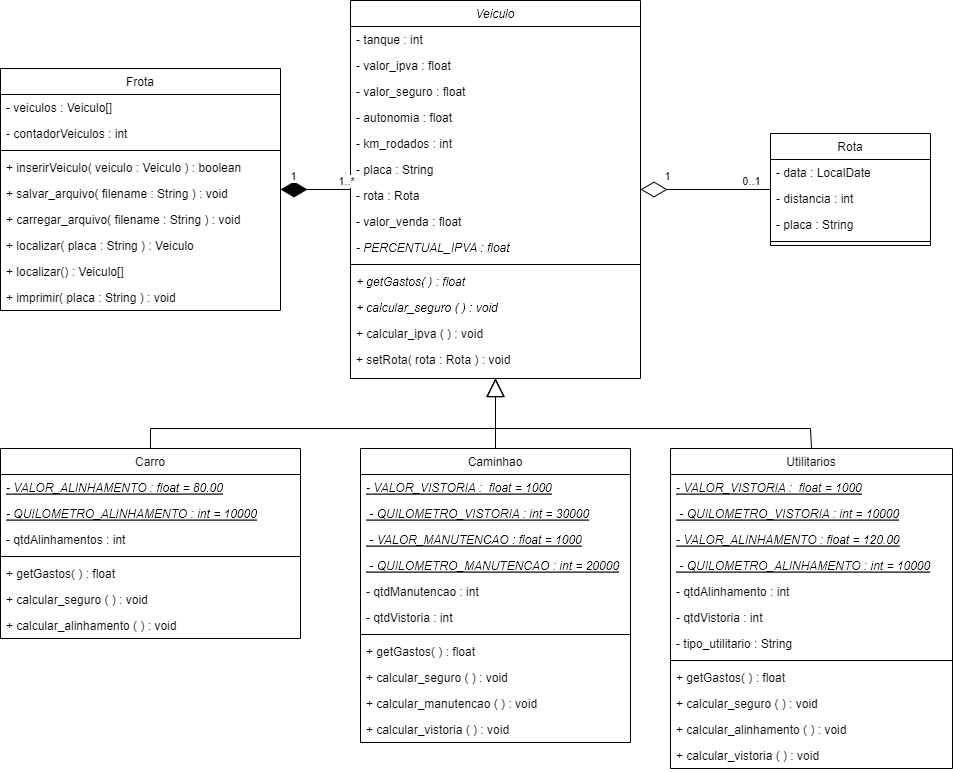
The draw.io diagram docs/diagramas/diagrama_lpm.png in DisciplinasProgramacao/projetos-3-4-5-team-alpha, before a commit. Source tidied: cells renumbered, new cells last; positions are measured from the earlier drawing's top-left corner, leaving out a move shared by most shapes.
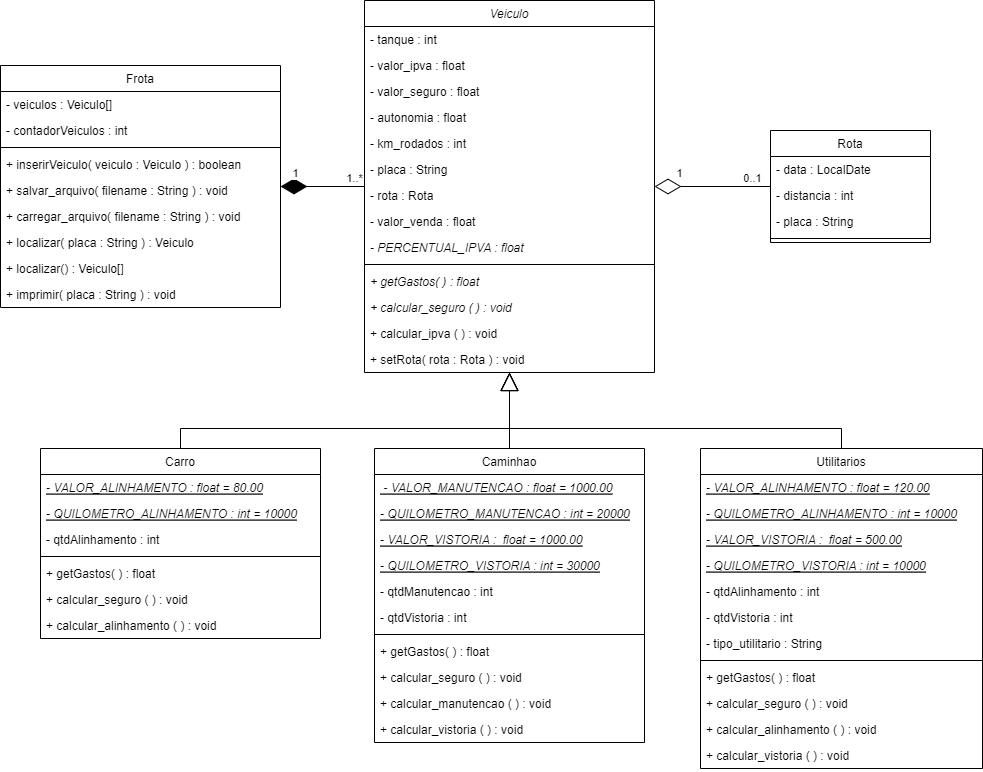
After the commit.

Commit message:
[Update] Atualização do diagrama uml

The edit, as a diff of the source:
```diff
@@ -3,7 +3,7 @@
     <mxCell id="0" />
     <mxCell id="1" parent="0" />
     <mxCell id="2" value="Veiculo" style="swimlane;fontStyle=2;align=center;verticalAlign=top;horizontal=1;startSize=26;rounded=0;shadow=0;strokeWidth=1;" parent="1" vertex="1">
-      <mxGeometry x="350" width="290" height="378" as="geometry" />
+      <mxGeometry x="324" width="290" height="372" as="geometry" />
     </mxCell>
     <mxCell id="3" value="- tanque : int" style="text;align=left;verticalAlign=top;spacingLeft=4;spacingRight=4;overflow=hidden;rounded=0;shadow=0;html=0;" parent="2" vertex="1">
       <mxGeometry y="26" width="290" height="26" as="geometry" />
@@ -41,57 +41,57 @@
     <mxCell id="14" value="+ calcular_seguro ( ) : void" style="text;align=left;verticalAlign=top;spacingLeft=4;spacingRight=4;overflow=hidden;fontStyle=2;" parent="2" vertex="1">
       <mxGeometry y="294" width="290" height="26" as="geometry" />
     </mxCell>
-    <mxCell id="15" value="+ calcular_ipva ( ) : void" style="text;align=left;verticalAlign=top;spacingLeft=4;spacingRight=4;overflow=hidden;fontStyle=0;" parent="2" vertex="1">
+    <mxCell id="15" value="+ calcular_ipva ( ) : void" style="text;align=left;verticalAlign=top;spacingLeft=4;spacingRight=4;overflow=hidden;" parent="2" vertex="1">
       <mxGeometry y="320" width="290" height="26" as="geometry" />
     </mxCell>
     <mxCell id="16" value="+ setRota( rota : Rota ) : void" style="text;align=left;verticalAlign=top;spacingLeft=4;spacingRight=4;overflow=hidden;" parent="2" vertex="1">
       <mxGeometry y="346" width="290" height="26" as="geometry" />
     </mxCell>
     <mxCell id="17" value="Carro" style="swimlane;fontStyle=0;align=center;verticalAlign=top;horizontal=1;startSize=26;rounded=0;shadow=0;strokeWidth=1;" parent="1" vertex="1">
-      <mxGeometry y="448" width="300" height="190" as="geometry" />
+      <mxGeometry y="448" width="280" height="190" as="geometry" />
     </mxCell>
     <mxCell id="18" value="- VALOR_ALINHAMENTO : float = 80.00" style="text;align=left;verticalAlign=top;spacingLeft=4;spacingRight=4;overflow=hidden;fontStyle=6;" parent="17" vertex="1">
-      <mxGeometry y="26" width="300" height="26" as="geometry" />
+      <mxGeometry y="26" width="280" height="26" as="geometry" />
     </mxCell>
-    <mxCell id="19" value="- QUILOMETRO_ALINHAMENTO : int = 10000" style="text;align=left;verticalAlign=top;spacingLeft=4;spacingRight=4;overflow=hidden;fontStyle=6;" parent="17" vertex="1">
-      <mxGeometry y="52" width="300" height="26" as="geometry" />
+    <mxCell id="19" value="- QUILOMETRO_ALINHAMENTO : int = 10000" style="text;align=left;verticalAlign=top;spacingLeft=4;spacingRight=4;overflow=hidden;fontStyle=6;" parent="17" vertex="1">
+      <mxGeometry y="52" width="280" height="26" as="geometry" />
     </mxCell>
-    <mxCell id="20" value="- qtdAlinhamentos : int " style="text;align=left;verticalAlign=top;spacingLeft=4;spacingRight=4;overflow=hidden;fontStyle=0;" parent="17" vertex="1">
-      <mxGeometry y="78" width="300" height="26" as="geometry" />
-    </mxCell>
+    <mxCell id="74" value="- qtdAlinhamento : int" style="text;align=left;verticalAlign=top;spacingLeft=4;spacingRight=4;overflow=hidden;fontStyle=0;" parent="17" vertex="1">
+      <mxGeometry y="78" width="280" height="26" as="geometry" />
+    </mxCell>
     <mxCell id="21" style="line;html=1;strokeWidth=1;align=left;verticalAlign=middle;spacingTop=-1;spacingLeft=3;spacingRight=3;labelPosition=right;" parent="17" vertex="1">
-      <mxGeometry y="104" width="300" height="8" as="geometry" />
+      <mxGeometry y="104" width="280" height="8" as="geometry" />
     </mxCell>
     <mxCell id="22" value="+ getGastos( ) : float" style="text;align=left;verticalAlign=top;spacingLeft=4;spacingRight=4;overflow=hidden;" parent="17" vertex="1">
-      <mxGeometry y="112" width="300" height="26" as="geometry" />
+      <mxGeometry y="112" width="280" height="26" as="geometry" />
     </mxCell>
     <mxCell id="23" value="+ calcular_seguro ( ) : void" style="text;align=left;verticalAlign=top;spacingLeft=4;spacingRight=4;overflow=hidden;" parent="17" vertex="1">
-      <mxGeometry y="138" width="300" height="26" as="geometry" />
+      <mxGeometry y="138" width="280" height="26" as="geometry" />
     </mxCell>
     <mxCell id="24" value="+ calcular_alinhamento ( ) : void" style="text;align=left;verticalAlign=top;spacingLeft=4;spacingRight=4;overflow=hidden;" parent="17" vertex="1">
-      <mxGeometry y="164" width="300" height="26" as="geometry" />
+      <mxGeometry y="164" width="280" height="26" as="geometry" />
     </mxCell>
     <mxCell id="25" value="Caminhao" style="swimlane;fontStyle=0;align=center;verticalAlign=top;horizontal=1;startSize=26;rounded=0;shadow=0;strokeWidth=1;" parent="1" vertex="1">
-      <mxGeometry x="360" y="448" width="270" height="294" as="geometry" />
+      <mxGeometry x="334" y="448" width="270" height="294" as="geometry" />
     </mxCell>
+    <mxCell id="27" value=" - VALOR_MANUTENCAO : float = 1000.00" style="text;align=left;verticalAlign=top;spacingLeft=4;spacingRight=4;overflow=hidden;fontStyle=6;" parent="25" vertex="1">
+      <mxGeometry y="26" width="270" height="26" as="geometry" />
+    </mxCell>
+    <mxCell id="29" value="- QUILOMETRO_MANUTENCAO : int = 20000" style="text;align=left;verticalAlign=top;spacingLeft=4;spacingRight=4;overflow=hidden;fontStyle=6;" parent="25" vertex="1">
+      <mxGeometry y="52" width="270" height="26" as="geometry" />
+    </mxCell>
-    <mxCell id="26" value="- VALOR_VISTORIA :  float = 1000" style="text;align=left;verticalAlign=top;spacingLeft=4;spacingRight=4;overflow=hidden;rounded=0;shadow=0;html=0;fontStyle=6;" parent="25" vertex="1">
-      <mxGeometry y="26" width="270" height="26" as="geometry" />
+    <mxCell id="26" value="- VALOR_VISTORIA :  float = 1000.00" style="text;align=left;verticalAlign=top;spacingLeft=4;spacingRight=4;overflow=hidden;rounded=0;shadow=0;html=0;fontStyle=6;" parent="25" vertex="1">
+      <mxGeometry y="78" width="270" height="26" as="geometry" />
     </mxCell>
-    <mxCell id="27" value=" - QUILOMETRO_VISTORIA : int = 30000" style="text;align=left;verticalAlign=top;spacingLeft=4;spacingRight=4;overflow=hidden;fontStyle=6;" parent="25" vertex="1">
-      <mxGeometry y="52" width="270" height="26" as="geometry" />
-    </mxCell>
-    <mxCell id="28" value=" - VALOR_MANUTENCAO : float = 1000" style="text;align=left;verticalAlign=top;spacingLeft=4;spacingRight=4;overflow=hidden;fontStyle=6;" parent="25" vertex="1">
-      <mxGeometry y="78" width="270" height="26" as="geometry" />
-    </mxCell>
-    <mxCell id="29" value=" - QUILOMETRO_MANUTENCAO : int = 20000" style="text;align=left;verticalAlign=top;spacingLeft=4;spacingRight=4;overflow=hidden;fontStyle=6;" parent="25" vertex="1">
-      <mxGeometry y="104" width="270" height="26" as="geometry" />
-    </mxCell>
+    <mxCell id="75" value="- QUILOMETRO_VISTORIA : int = 30000" style="text;align=left;verticalAlign=top;spacingLeft=4;spacingRight=4;overflow=hidden;fontStyle=6;" parent="25" vertex="1">
+      <mxGeometry y="104" width="270" height="26" as="geometry" />
+    </mxCell>
-    <mxCell id="30" value="- qtdManutencao : int " style="text;align=left;verticalAlign=top;spacingLeft=4;spacingRight=4;overflow=hidden;fontStyle=0;" parent="25" vertex="1">
+    <mxCell id="30" value="- qtdManutencao : int" style="text;align=left;verticalAlign=top;spacingLeft=4;spacingRight=4;overflow=hidden;fontStyle=0;" parent="25" vertex="1">
       <mxGeometry y="130" width="270" height="26" as="geometry" />
     </mxCell>
-    <mxCell id="31" value="- qtdVistoria : int " style="text;align=left;verticalAlign=top;spacingLeft=4;spacingRight=4;overflow=hidden;fontStyle=0;" parent="25" vertex="1">
-      <mxGeometry y="156" width="270" height="26" as="geometry" />
-    </mxCell>
+    <mxCell id="76" value="- qtdVistoria : int" style="text;align=left;verticalAlign=top;spacingLeft=4;spacingRight=4;overflow=hidden;fontStyle=0;" parent="25" vertex="1">
+      <mxGeometry y="156" width="270" height="26" as="geometry" />
+    </mxCell>
     <mxCell id="32" style="line;html=1;strokeWidth=1;align=left;verticalAlign=middle;spacingTop=-1;spacingLeft=3;spacingRight=3;labelPosition=right;" parent="25" vertex="1">
       <mxGeometry y="182" width="270" height="8" as="geometry" />
     </mxCell>
@@ -108,7 +108,7 @@
       <mxGeometry y="268" width="270" height="26" as="geometry" />
     </mxCell>
     <mxCell id="37" value="Rota" style="swimlane;fontStyle=0;align=center;verticalAlign=top;horizontal=1;startSize=26;rounded=0;shadow=0;strokeWidth=1;" parent="1" vertex="1">
-      <mxGeometry x="770" y="133" width="160" height="112" as="geometry" />
+      <mxGeometry x="730" y="130" width="160" height="112" as="geometry" />
     </mxCell>
     <mxCell id="38" value="- data : LocalDate" style="text;align=left;verticalAlign=top;spacingLeft=4;spacingRight=4;overflow=hidden;rounded=0;shadow=0;html=0;" parent="37" vertex="1">
       <mxGeometry y="26" width="160" height="26" as="geometry" />
@@ -123,26 +123,26 @@
       <mxGeometry y="104" width="160" height="8" as="geometry" />
     </mxCell>
     <mxCell id="42" value="Utilitarios" style="swimlane;fontStyle=0;align=center;verticalAlign=top;horizontal=1;startSize=26;rounded=0;shadow=0;strokeWidth=1;" parent="1" vertex="1">
-      <mxGeometry x="670" y="448" width="282" height="320" as="geometry" />
+      <mxGeometry x="660" y="448" width="282" height="320" as="geometry" />
     </mxCell>
+    <mxCell id="45" value="- VALOR_ALINHAMENTO : float = 120.00" style="text;align=left;verticalAlign=top;spacingLeft=4;spacingRight=4;overflow=hidden;fontStyle=6;" parent="42" vertex="1">
+      <mxGeometry y="26" width="282" height="26" as="geometry" />
+    </mxCell>
+    <mxCell id="46" value="- QUILOMETRO_ALINHAMENTO : int = 10000" style="text;align=left;verticalAlign=top;spacingLeft=4;spacingRight=4;overflow=hidden;fontStyle=6;" parent="42" vertex="1">
+      <mxGeometry y="52" width="282" height="26" as="geometry" />
+    </mxCell>
-    <mxCell id="43" value="- VALOR_VISTORIA :  float = 1000" style="text;align=left;verticalAlign=top;spacingLeft=4;spacingRight=4;overflow=hidden;rounded=0;shadow=0;html=0;fontStyle=6;" parent="42" vertex="1">
-      <mxGeometry y="26" width="282" height="26" as="geometry" />
+    <mxCell id="43" value="- VALOR_VISTORIA :  float = 500.00" style="text;align=left;verticalAlign=top;spacingLeft=4;spacingRight=4;overflow=hidden;rounded=0;shadow=0;html=0;fontStyle=6;" parent="42" vertex="1">
+      <mxGeometry y="78" width="282" height="26" as="geometry" />
     </mxCell>
-    <mxCell id="44" value=" - QUILOMETRO_VISTORIA : int = 10000" style="text;align=left;verticalAlign=top;spacingLeft=4;spacingRight=4;overflow=hidden;fontStyle=6;" parent="42" vertex="1">
-      <mxGeometry y="52" width="282" height="26" as="geometry" />
+    <mxCell id="44" value="- QUILOMETRO_VISTORIA : int = 10000" style="text;align=left;verticalAlign=top;spacingLeft=4;spacingRight=4;overflow=hidden;fontStyle=6;" parent="42" vertex="1">
+      <mxGeometry y="104" width="282" height="26" as="geometry" />
     </mxCell>
-    <mxCell id="45" value="- VALOR_ALINHAMENTO : float = 120.00" style="text;align=left;verticalAlign=top;spacingLeft=4;spacingRight=4;overflow=hidden;fontStyle=6;" parent="42" vertex="1">
-      <mxGeometry y="78" width="282" height="26" as="geometry" />
-    </mxCell>
-    <mxCell id="46" value=" - QUILOMETRO_ALINHAMENTO : int = 10000" style="text;align=left;verticalAlign=top;spacingLeft=4;spacingRight=4;overflow=hidden;fontStyle=6;" parent="42" vertex="1">
-      <mxGeometry y="104" width="282" height="26" as="geometry" />
-    </mxCell>
-    <mxCell id="47" value="- qtdAlinhamento : int " style="text;align=left;verticalAlign=top;spacingLeft=4;spacingRight=4;overflow=hidden;fontStyle=0;" parent="42" vertex="1">
-      <mxGeometry y="130" width="282" height="26" as="geometry" />
-    </mxCell>
-    <mxCell id="48" value="- qtdVistoria : int " style="text;align=left;verticalAlign=top;spacingLeft=4;spacingRight=4;overflow=hidden;fontStyle=0;" parent="42" vertex="1">
-      <mxGeometry y="156" width="282" height="26" as="geometry" />
-    </mxCell>
+    <mxCell id="77" value="- qtdAlinhamento : int" style="text;align=left;verticalAlign=top;spacingLeft=4;spacingRight=4;overflow=hidden;fontStyle=0;" parent="42" vertex="1">
+      <mxGeometry y="130" width="282" height="26" as="geometry" />
+    </mxCell>
+    <mxCell id="78" value="- qtdVistoria : int" style="text;align=left;verticalAlign=top;spacingLeft=4;spacingRight=4;overflow=hidden;fontStyle=0;" parent="42" vertex="1">
+      <mxGeometry y="156" width="282" height="26" as="geometry" />
+    </mxCell>
     <mxCell id="49" value="- tipo_utilitario : String" style="text;align=left;verticalAlign=top;spacingLeft=4;spacingRight=4;overflow=hidden;fontStyle=0;" parent="42" vertex="1">
       <mxGeometry y="182" width="282" height="26" as="geometry" />
     </mxCell>
@@ -161,24 +161,24 @@
     <mxCell id="54" value="+ calcular_vistoria ( ) : void" style="text;align=left;verticalAlign=top;spacingLeft=4;spacingRight=4;overflow=hidden;" parent="42" vertex="1">
       <mxGeometry y="294" width="282" height="26" as="geometry" />
     </mxCell>
-    <mxCell id="55" style="endArrow=block;endSize=16;endFill=0;html=1;rounded=0;entryX=0.5;entryY=1;entryDx=0;entryDy=0;exitX=0.5;exitY=0;exitDx=0;exitDy=0;" parent="1" edge="1" source="42" target="2">
+    <mxCell id="55" style="endArrow=block;endSize=16;endFill=0;html=1;rounded=0;" parent="1" edge="1" source="42" target="2">
       <mxGeometry relative="1" as="geometry">
         <Array as="points">
-          <mxPoint x="810" y="428" />
-          <mxPoint x="495" y="428" />
+          <mxPoint x="801" y="428" />
+          <mxPoint x="469" y="428" />
         </Array>
       </mxGeometry>
     </mxCell>
-    <mxCell id="56" style="endArrow=block;endSize=16;endFill=0;html=1;rounded=0;exitX=0.5;exitY=0;exitDx=0;exitDy=0;entryX=0.5;entryY=1;entryDx=0;entryDy=0;" parent="1" edge="1" source="17" target="2">
+    <mxCell id="56" style="endArrow=block;endSize=16;endFill=0;html=1;rounded=0;" parent="1" edge="1" source="17" target="2">
       <mxGeometry relative="1" as="geometry">
         <Array as="points">
-          <mxPoint x="150" y="428" />
-          <mxPoint x="495" y="428" />
+          <mxPoint x="140" y="428" />
+          <mxPoint x="469" y="428" />
         </Array>
       </mxGeometry>
     </mxCell>
     <mxCell id="57" value="Frota" style="swimlane;fontStyle=0;align=center;verticalAlign=top;horizontal=1;startSize=26;" parent="1" vertex="1">
-      <mxGeometry y="68" width="280" height="242" as="geometry" />
+      <mxGeometry x="-40" y="65" width="280" height="242" as="geometry" />
     </mxCell>
     <mxCell id="58" value="- veiculos : Veiculo[]" style="text;strokeColor=none;fillColor=none;align=left;verticalAlign=top;spacingLeft=4;spacingRight=4;overflow=hidden;" parent="57" vertex="1">
       <mxGeometry y="26" width="280" height="26" as="geometry" />
@@ -192,7 +192,7 @@
     <mxCell id="61" value="+ inserirVeiculo( veiculo : Veiculo ) : boolean" style="text;align=left;verticalAlign=top;spacingLeft=4;spacingRight=4;overflow=hidden;" parent="57" vertex="1">
       <mxGeometry y="86" width="280" height="26" as="geometry" />
     </mxCell>
-    <mxCell id="62" value="+ salvar_arquivo( filename : String ) : void" style="text;align=left;verticalAlign=top;spacingLeft=4;spacingRight=4;overflow=hidden;" parent="57" vertex="1">
+    <mxCell id="62" value="+ salvar_arquivo( filename : String ) : void" style="text;align=left;verticalAlign=top;spacingLeft=4;spacingRight=4;overflow=hidden;" parent="57" vertex="1">
       <mxGeometry y="112" width="280" height="26" as="geometry" />
     </mxCell>
     <mxCell id="63" value="+ carregar_arquivo( filename : String ) : void" style="text;align=left;verticalAlign=top;spacingLeft=4;spacingRight=4;overflow=hidden;" parent="57" vertex="1">
@@ -212,7 +212,7 @@
     </mxCell>
     <mxCell id="68" value="1..*" style="edgeLabel;html=1;align=center;verticalAlign=middle;" parent="67" vertex="1">
       <mxGeometry x="-0.65" relative="1" as="geometry">
-        <mxPoint x="8" y="-9" as="offset" />
+        <mxPoint x="4" y="-9" as="offset" />
       </mxGeometry>
     </mxCell>
     <mxCell id="69" value="1" style="edgeLabel;html=1;align=center;verticalAlign=middle;" parent="67" vertex="1">
@@ -233,7 +233,7 @@
         <mxPoint x="9" y="-13" as="offset" />
       </mxGeometry>
     </mxCell>
-    <mxCell id="73" style="endArrow=block;endSize=16;endFill=0;html=1;rounded=0;entryX=0.5;entryY=1;entryDx=0;entryDy=0;" parent="1" edge="1" source="25" target="2">
+    <mxCell id="73" style="endArrow=block;endSize=16;endFill=0;html=1;rounded=0;" parent="1" edge="1" source="25" target="2">
       <mxGeometry relative="1" as="geometry" />
     </mxCell>
   </root>
```
